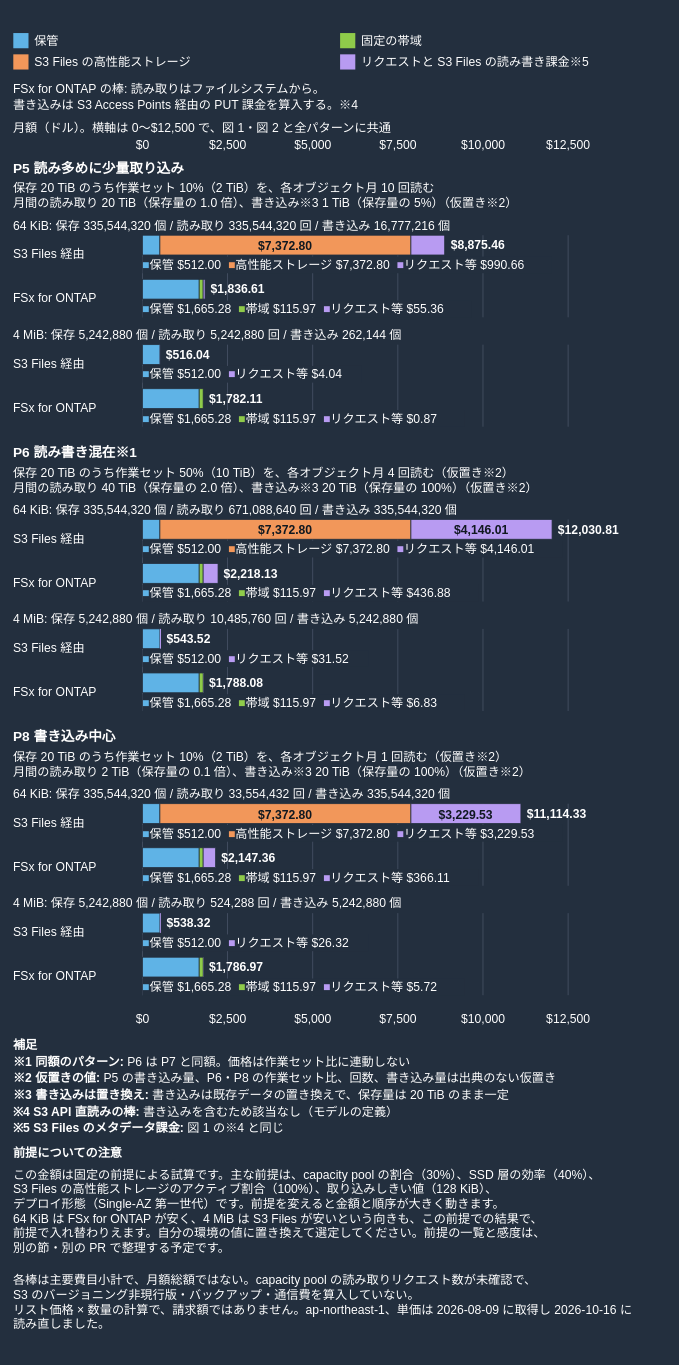
Earlier version of the draw.io diagram docs/_assets/diagrams/s3burst-s3files-cost-structure-writes-dark.drawio (Yoshiki0705/S3-Burst-on-ONTAP-Files). Source tidied: cells renumbered, new cells numbered last; positions are measured from the earlier drawing's top-left corner, leaving out a move shared by most shapes. Both pictures are drawn from the tidied source at 76%, with x=0, y=0 at pixel (13, 30).
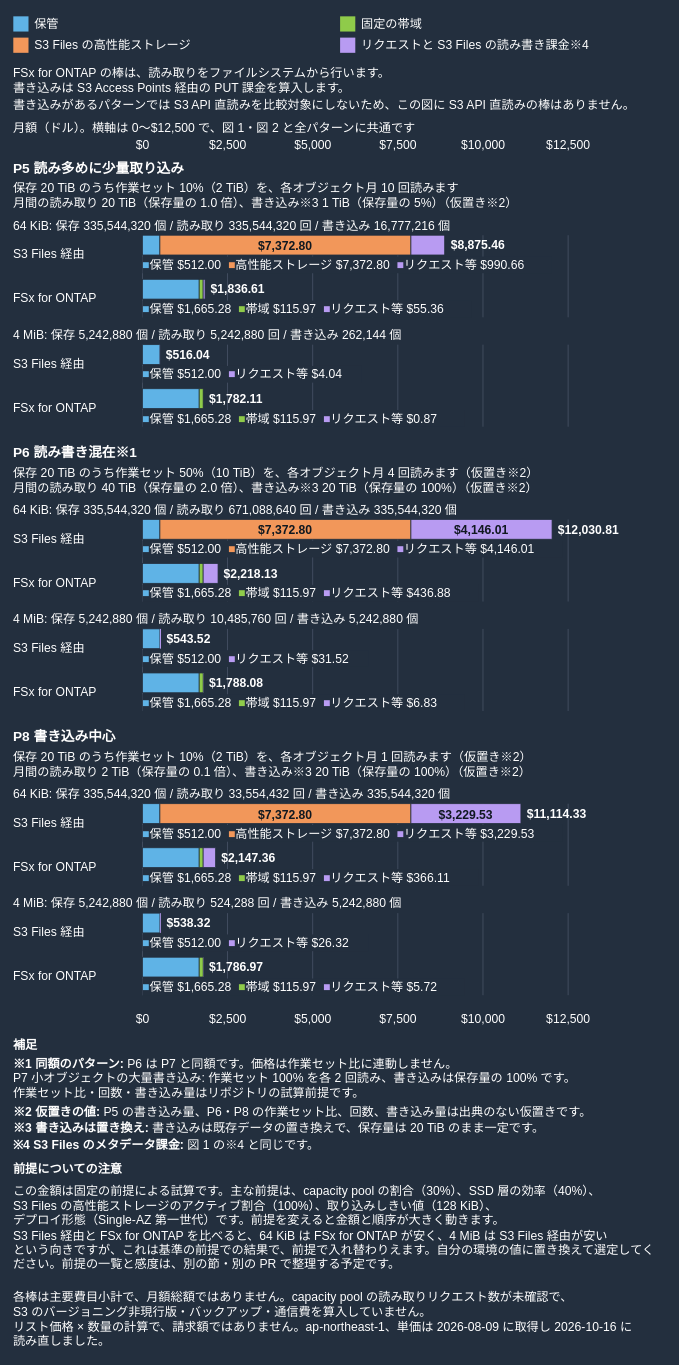
The same page after the edit.

Commit message (it also covers changes not shown here):
docs: generate the cost figures from the model and fix their wording

The edit, as a diff of the source:
```diff
@@
     <mxCell id="38" style="rounded=0;whiteSpace=nowrap;html=0;fillColor=#5FB3E6;strokeColor=none;fontSize=16;fontColor=#101820;fontStyle=1;align=center;verticalAlign=middle;" parent="1" vertex="1">
-      <mxGeometry y="4" width="20" height="20" as="geometry" />
+      <mxGeometry y="-18" width="20" height="20" as="geometry" />
     </mxCell>
     <mxCell id="39" value="保管" style="text;html=1;whiteSpace=nowrap;overflow=visible;align=left;verticalAlign=middle;spacing=0;spacingLeft=0;spacingRight=0;spacingTop=0;spacingBottom=0;fontSize=16;fontColor=#FFFFFF;fontStyle=0;" parent="1" vertex="1">
-      <mxGeometry x="28" width="398" height="28" as="geometry" />
+      <mxGeometry x="28" y="-22" width="398" height="28" as="geometry" />
     </mxCell>
     <mxCell id="40" style="rounded=0;whiteSpace=nowrap;html=0;fillColor=#8FCB4A;strokeColor=none;fontSize=16;fontColor=#101820;fontStyle=1;align=center;verticalAlign=middle;" parent="1" vertex="1">
-      <mxGeometry x="430" y="4" width="20" height="20" as="geometry" />
+      <mxGeometry x="430" y="-18" width="20" height="20" as="geometry" />
     </mxCell>
     <mxCell id="41" value="固定の帯域" style="text;html=1;whiteSpace=nowrap;overflow=visible;align=left;verticalAlign=middle;spacing=0;spacingLeft=0;spacingRight=0;spacingTop=0;spacingBottom=0;fontSize=16;fontColor=#FFFFFF;fontStyle=0;" parent="1" vertex="1">
-      <mxGeometry x="458" width="398" height="28" as="geometry" />
+      <mxGeometry x="458" y="-22" width="398" height="28" as="geometry" />
     </mxCell>
     <mxCell id="42" style="rounded=0;whiteSpace=nowrap;html=0;fillColor=#F2975A;strokeColor=none;fontSize=16;fontColor=#101820;fontStyle=1;align=center;verticalAlign=middle;" parent="1" vertex="1">
-      <mxGeometry y="32" width="20" height="20" as="geometry" />
+      <mxGeometry y="10" width="20" height="20" as="geometry" />
     </mxCell>
     <mxCell id="43" value="S3 Files の高性能ストレージ" style="text;html=1;whiteSpace=nowrap;overflow=visible;align=left;verticalAlign=middle;spacing=0;spacingLeft=0;spacingRight=0;spacingTop=0;spacingBottom=0;fontSize=16;fontColor=#FFFFFF;fontStyle=0;" parent="1" vertex="1">
-      <mxGeometry x="28" y="28" width="398" height="28" as="geometry" />
+      <mxGeometry x="28" y="6" width="398" height="28" as="geometry" />
     </mxCell>
     <mxCell id="44" style="rounded=0;whiteSpace=nowrap;html=0;fillColor=#B89BF2;strokeColor=none;fontSize=16;fontColor=#101820;fontStyle=1;align=center;verticalAlign=middle;" parent="1" vertex="1">
-      <mxGeometry x="430" y="32" width="20" height="20" as="geometry" />
+      <mxGeometry x="430" y="10" width="20" height="20" as="geometry" />
     </mxCell>
-    <mxCell id="45" value="リクエストと S3 Files の読み書き課金※5" style="text;html=1;whiteSpace=nowrap;overflow=visible;align=left;verticalAlign=middle;spacing=0;spacingLeft=0;spacingRight=0;spacingTop=0;spacingBottom=0;fontSize=16;fontColor=#FFFFFF;fontStyle=0;" parent="1" vertex="1">
-      <mxGeometry x="458" y="28" width="398" height="28" as="geometry" />
+    <mxCell id="45" value="リクエストと S3 Files の読み書き課金※4" style="text;html=1;whiteSpace=nowrap;overflow=visible;align=left;verticalAlign=middle;spacing=0;spacingLeft=0;spacingRight=0;spacingTop=0;spacingBottom=0;fontSize=16;fontColor=#FFFFFF;fontStyle=0;" parent="1" vertex="1">
+      <mxGeometry x="458" y="6" width="398" height="28" as="geometry" />
     </mxCell>
-    <mxCell id="46" value="FSx for ONTAP の棒: 読み取りはファイルシステムから。&lt;br&gt;書き込みは S3 Access Points 経由の PUT 課金を算入する。※4" style="text;html=1;whiteSpace=nowrap;overflow=visible;align=left;verticalAlign=middle;spacing=0;spacingLeft=0;spacingRight=0;spacingTop=0;spacingBottom=0;fontSize=16;fontColor=#FFFFFF;fontStyle=0;" parent="1" vertex="1">
-      <mxGeometry y="66" width="860" height="44" as="geometry" />
+    <mxCell id="46" value="FSx for ONTAP の棒は、読み取りをファイルシステムから行います。&lt;br&gt;書き込みは S3 Access Points 経由の PUT 課金を算入します。" style="text;html=1;whiteSpace=nowrap;overflow=visible;align=left;verticalAlign=middle;spacing=0;spacingLeft=0;spacingRight=0;spacingTop=0;spacingBottom=0;fontSize=16;fontColor=#FFFFFF;fontStyle=0;" parent="1" vertex="1">
+      <mxGeometry y="44" width="860" height="44" as="geometry" />
     </mxCell>
+    <mxCell id="150" value="書き込みがあるパターンでは S3 API 直読みを比較対象にしないため、この図に S3 API 直読みの棒はありません。" style="text;html=1;whiteSpace=nowrap;overflow=visible;align=left;verticalAlign=middle;spacing=0;spacingLeft=0;spacingRight=0;spacingTop=0;spacingBottom=0;fontSize=16;fontColor=#FFFFFF;fontStyle=0;" parent="1" vertex="1">
+      <mxGeometry y="88" width="860" height="22" as="geometry" />
+    </mxCell>
-    <mxCell id="47" value="月額（ドル）。横軸は 0〜$12,500 で、図 1・図 2 と全パターンに共通" style="text;html=1;whiteSpace=nowrap;overflow=visible;align=left;verticalAlign=middle;spacing=0;spacingLeft=0;spacingRight=0;spacingTop=0;spacingBottom=0;fontSize=16;fontColor=#FFFFFF;fontStyle=0;" parent="1" vertex="1">
+    <mxCell id="47" value="月額（ドル）。横軸は 0〜$12,500 で、図 1・図 2 と全パターンに共通です" style="text;html=1;whiteSpace=nowrap;overflow=visible;align=left;verticalAlign=middle;spacing=0;spacingLeft=0;spacingRight=0;spacingTop=0;spacingBottom=0;fontSize=16;fontColor=#FFFFFF;fontStyle=0;" parent="1" vertex="1">
       <mxGeometry y="118" width="860" height="22" as="geometry" />
     </mxCell>
@@
-    <mxCell id="55" value="保存 20 TiB のうち作業セット 10%（2 TiB）を、各オブジェクト月 10 回読む&lt;br&gt;月間の読み取り 20 TiB（保存量の 1.0 倍）、書き込み※3 1 TiB（保存量の 5%）（仮置き※2）" style="text;html=1;whiteSpace=nowrap;overflow=visible;align=left;verticalAlign=middle;spacing=0;spacingLeft=0;spacingRight=0;spacingTop=0;spacingBottom=0;fontSize=16;fontColor=#FFFFFF;fontStyle=0;" parent="1" vertex="1">
+    <mxCell id="55" value="保存 20 TiB のうち作業セット 10%（2 TiB）を、各オブジェクト月 10 回読みます&lt;br&gt;月間の読み取り 20 TiB（保存量の 1.0 倍）、書き込み※3 1 TiB（保存量の 5%）（仮置き※2）" style="text;html=1;whiteSpace=nowrap;overflow=visible;align=left;verticalAlign=middle;spacing=0;spacingLeft=0;spacingRight=0;spacingTop=0;spacingBottom=0;fontSize=16;fontColor=#FFFFFF;fontStyle=0;" parent="1" vertex="1">
       <mxGeometry y="196" width="860" height="44" as="geometry" />
     </mxCell>
@@
-    <mxCell id="82" value="保存 20 TiB のうち作業セット 50%（10 TiB）を、各オブジェクト月 4 回読む（仮置き※2）&lt;br&gt;月間の読み取り 40 TiB（保存量の 2.0 倍）、書き込み※3 20 TiB（保存量の 100%）（仮置き※2）" style="text;html=1;whiteSpace=nowrap;overflow=visible;align=left;verticalAlign=middle;spacing=0;spacingLeft=0;spacingRight=0;spacingTop=0;spacingBottom=0;fontSize=16;fontColor=#FFFFFF;fontStyle=0;" parent="1" vertex="1">
+    <mxCell id="82" value="保存 20 TiB のうち作業セット 50%（10 TiB）を、各オブジェクト月 4 回読みます（仮置き※2）&lt;br&gt;月間の読み取り 40 TiB（保存量の 2.0 倍）、書き込み※3 20 TiB（保存量の 100%）（仮置き※2）" style="text;html=1;whiteSpace=nowrap;overflow=visible;align=left;verticalAlign=middle;spacing=0;spacingLeft=0;spacingRight=0;spacingTop=0;spacingBottom=0;fontSize=16;fontColor=#FFFFFF;fontStyle=0;" parent="1" vertex="1">
       <mxGeometry y="570" width="860" height="44" as="geometry" />
     </mxCell>
@@
-    <mxCell id="109" value="保存 20 TiB のうち作業セット 10%（2 TiB）を、各オブジェクト月 1 回読む（仮置き※2）&lt;br&gt;月間の読み取り 2 TiB（保存量の 0.1 倍）、書き込み※3 20 TiB（保存量の 100%）（仮置き※2）" style="text;html=1;whiteSpace=nowrap;overflow=visible;align=left;verticalAlign=middle;spacing=0;spacingLeft=0;spacingRight=0;spacingTop=0;spacingBottom=0;fontSize=16;fontColor=#FFFFFF;fontStyle=0;" parent="1" vertex="1">
+    <mxCell id="109" value="保存 20 TiB のうち作業セット 10%（2 TiB）を、各オブジェクト月 1 回読みます（仮置き※2）&lt;br&gt;月間の読み取り 2 TiB（保存量の 0.1 倍）、書き込み※3 20 TiB（保存量の 100%）（仮置き※2）" style="text;html=1;whiteSpace=nowrap;overflow=visible;align=left;verticalAlign=middle;spacing=0;spacingLeft=0;spacingRight=0;spacingTop=0;spacingBottom=0;fontSize=16;fontColor=#FFFFFF;fontStyle=0;" parent="1" vertex="1">
       <mxGeometry y="944" width="860" height="44" as="geometry" />
     </mxCell>
@@
-    <mxCell id="142" value="&lt;b&gt;※1 同額のパターン:&lt;/b&gt; P6 は P7 と同額。価格は作業セット比に連動しない" style="text;html=1;whiteSpace=nowrap;overflow=visible;align=left;verticalAlign=middle;spacing=0;spacingLeft=0;spacingRight=0;spacingTop=0;spacingBottom=0;fontSize=16;fontColor=#FFFFFF;fontStyle=0;" parent="1" vertex="1">
-      <mxGeometry y="1346" width="860" height="22" as="geometry" />
+    <mxCell id="142" value="&lt;b&gt;※1 同額のパターン:&lt;/b&gt; P6 は P7 と同額です。価格は作業セット比に連動しません。&lt;br&gt;P7 小オブジェクトの大量書き込み: 作業セット 100% を各 2 回読み、書き込みは保存量の 100% です。&lt;br&gt;作業セット比・回数・書き込み量はリポジトリの試算前提です。" style="text;html=1;whiteSpace=nowrap;overflow=visible;align=left;verticalAlign=middle;spacing=0;spacingLeft=0;spacingRight=0;spacingTop=0;spacingBottom=0;fontSize=16;fontColor=#FFFFFF;fontStyle=0;" parent="1" vertex="1">
+      <mxGeometry y="1346" width="860" height="66" as="geometry" />
     </mxCell>
-    <mxCell id="143" value="&lt;b&gt;※2 仮置きの値:&lt;/b&gt; P5 の書き込み量、P6・P8 の作業セット比、回数、書き込み量は出典のない仮置き" style="text;html=1;whiteSpace=nowrap;overflow=visible;align=left;verticalAlign=middle;spacing=0;spacingLeft=0;spacingRight=0;spacingTop=0;spacingBottom=0;fontSize=16;fontColor=#FFFFFF;fontStyle=0;" parent="1" vertex="1">
-      <mxGeometry y="1368" width="860" height="22" as="geometry" />
+    <mxCell id="143" value="&lt;b&gt;※2 仮置きの値:&lt;/b&gt; P5 の書き込み量、P6・P8 の作業セット比、回数、書き込み量は出典のない仮置きです。" style="text;html=1;whiteSpace=nowrap;overflow=visible;align=left;verticalAlign=middle;spacing=0;spacingLeft=0;spacingRight=0;spacingTop=0;spacingBottom=0;fontSize=16;fontColor=#FFFFFF;fontStyle=0;" parent="1" vertex="1">
+      <mxGeometry y="1412" width="860" height="22" as="geometry" />
     </mxCell>
-    <mxCell id="144" value="&lt;b&gt;※3 書き込みは置き換え:&lt;/b&gt; 書き込みは既存データの置き換えで、保存量は 20 TiB のまま一定" style="text;html=1;whiteSpace=nowrap;overflow=visible;align=left;verticalAlign=middle;spacing=0;spacingLeft=0;spacingRight=0;spacingTop=0;spacingBottom=0;fontSize=16;fontColor=#FFFFFF;fontStyle=0;" parent="1" vertex="1">
-      <mxGeometry y="1390" width="860" height="22" as="geometry" />
+    <mxCell id="144" value="&lt;b&gt;※3 書き込みは置き換え:&lt;/b&gt; 書き込みは既存データの置き換えで、保存量は 20 TiB のまま一定です。" style="text;html=1;whiteSpace=nowrap;overflow=visible;align=left;verticalAlign=middle;spacing=0;spacingLeft=0;spacingRight=0;spacingTop=0;spacingBottom=0;fontSize=16;fontColor=#FFFFFF;fontStyle=0;" parent="1" vertex="1">
+      <mxGeometry y="1434" width="860" height="22" as="geometry" />
     </mxCell>
-    <mxCell id="145" value="&lt;b&gt;※4 S3 API 直読みの棒:&lt;/b&gt; 書き込みを含むため該当なし（モデルの定義）" style="text;html=1;whiteSpace=nowrap;overflow=visible;align=left;verticalAlign=middle;spacing=0;spacingLeft=0;spacingRight=0;spacingTop=0;spacingBottom=0;fontSize=16;fontColor=#FFFFFF;fontStyle=0;" parent="1" vertex="1">
-      <mxGeometry y="1412" width="860" height="22" as="geometry" />
+    <mxCell id="145" value="&lt;b&gt;※4 S3 Files のメタデータ課金:&lt;/b&gt; 図 1 の※4 と同じです。" style="text;html=1;whiteSpace=nowrap;overflow=visible;align=left;verticalAlign=middle;spacing=0;spacingLeft=0;spacingRight=0;spacingTop=0;spacingBottom=0;fontSize=16;fontColor=#FFFFFF;fontStyle=0;" parent="1" vertex="1">
+      <mxGeometry y="1456" width="860" height="22" as="geometry" />
     </mxCell>
-    <mxCell id="146" value="&lt;b&gt;※5 S3 Files のメタデータ課金:&lt;/b&gt; 図 1 の※4 と同じ" style="text;html=1;whiteSpace=nowrap;overflow=visible;align=left;verticalAlign=middle;spacing=0;spacingLeft=0;spacingRight=0;spacingTop=0;spacingBottom=0;fontSize=16;fontColor=#FFFFFF;fontStyle=0;" parent="1" vertex="1">
-      <mxGeometry y="1434" width="860" height="22" as="geometry" />
-    </mxCell>
     <mxCell id="147" value="&lt;b&gt;前提についての注意&lt;/b&gt;" style="text;html=1;whiteSpace=nowrap;overflow=visible;align=left;verticalAlign=middle;spacing=0;spacingLeft=0;spacingRight=0;spacingTop=0;spacingBottom=0;fontSize=16;fontColor=#FFFFFF;fontStyle=0;" parent="1" vertex="1">
-      <mxGeometry y="1466" width="860" height="22" as="geometry" />
+      <mxGeometry y="1488" width="860" height="22" as="geometry" />
     </mxCell>
-    <mxCell id="148" value="この金額は固定の前提による試算です。主な前提は、capacity pool の割合（30%）、SSD 層の効率（40%）、&lt;br&gt;S3 Files の高性能ストレージのアクティブ割合（100%）、取り込みしきい値（128 KiB）、&lt;br&gt;デプロイ形態（Single-AZ 第一世代）です。前提を変えると金額と順序が大きく動きます。&lt;br&gt;64 KiB は FSx for ONTAP が安く、4 MiB は S3 Files が安いという向きも、この前提での結果で、&lt;br&gt;前提で入れ替わりえます。自分の環境の値に置き換えて選定してください。前提の一覧と感度は、&lt;br&gt;別の節・別の PR で整理する予定です。" style="text;html=1;whiteSpace=nowrap;overflow=visible;align=left;verticalAlign=middle;spacing=0;spacingLeft=0;spacingRight=0;spacingTop=0;spacingBottom=0;fontSize=16;fontColor=#FFFFFF;fontStyle=0;" parent="1" vertex="1">
-      <mxGeometry y="1488" width="860" height="132" as="geometry" />
+    <mxCell id="148" value="この金額は固定の前提による試算です。主な前提は、capacity pool の割合（30%）、SSD 層の効率（40%）、&lt;br&gt;S3 Files の高性能ストレージのアクティブ割合（100%）、取り込みしきい値（128 KiB）、&lt;br&gt;デプロイ形態（Single-AZ 第一世代）です。前提を変えると金額と順序が大きく動きます。&lt;br&gt;S3 Files 経由と FSx for ONTAP を比べると、64 KiB は FSx for ONTAP が安く、4 MiB は S3 Files 経由が安い&lt;br&gt;という向きですが、これは基準の前提での結果で、前提で入れ替わりえます。自分の環境の値に置き換えて選定してく&lt;br&gt;ださい。前提の一覧と感度は、別の節・別の PR で整理する予定です。" style="text;html=1;whiteSpace=nowrap;overflow=visible;align=left;verticalAlign=middle;spacing=0;spacingLeft=0;spacingRight=0;spacingTop=0;spacingBottom=0;fontSize=16;fontColor=#FFFFFF;fontStyle=0;" parent="1" vertex="1">
+      <mxGeometry y="1510" width="860" height="132" as="geometry" />
     </mxCell>
-    <mxCell id="149" value="各棒は主要費目小計で、月額総額ではない。capacity pool の読み取りリクエスト数が未確認で、&lt;br&gt;S3 のバージョニング非現行版・バックアップ・通信費を算入していない。&lt;br&gt;リスト価格 × 数量の計算で、請求額ではありません。ap-northeast-1、単価は 2026-08-09 に取得し 2026-10-16 に&lt;br&gt;読み直しました。" style="text;html=1;whiteSpace=nowrap;overflow=visible;align=left;verticalAlign=middle;spacing=0;spacingLeft=0;spacingRight=0;spacingTop=0;spacingBottom=0;fontSize=16;fontColor=#FFFFFF;fontStyle=0;" parent="1" vertex="1">
-      <mxGeometry y="1630" width="860" height="88" as="geometry" />
+    <mxCell id="149" value="各棒は主要費目小計で、月額総額ではありません。capacity pool の読み取りリクエスト数が未確認で、&lt;br&gt;S3 のバージョニング非現行版・バックアップ・通信費を算入していません。&lt;br&gt;リスト価格 × 数量の計算で、請求額ではありません。ap-northeast-1、単価は 2026-08-09 に取得し 2026-10-16 に&lt;br&gt;読み直しました。" style="text;html=1;whiteSpace=nowrap;overflow=visible;align=left;verticalAlign=middle;spacing=0;spacingLeft=0;spacingRight=0;spacingTop=0;spacingBottom=0;fontSize=16;fontColor=#FFFFFF;fontStyle=0;" parent="1" vertex="1">
+      <mxGeometry y="1652" width="860" height="88" as="geometry" />
     </mxCell>
```
